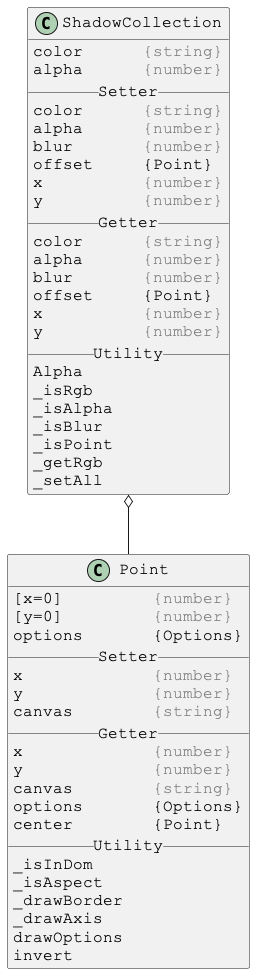
The PlantUML diagram docs/PlantUml/images/linked/ShadowCollection-linked.png in Justin-Byrne/canvasLab, before a commit. Its diagram source:
```plantuml
@startuml

skinparam DefaultFontSize 16
skinparam DefaultFontName Courier New

class ShadowCollection {
color      <color:gray>{string}</color>
alpha      <color:gray>{number}</color>
__ Setter __
color      <color:gray>{string}</color>
alpha      <color:gray>{number}</color>
blur       <color:gray>{number}</color>
offset     {Point}
x          <color:gray>{number}</color>
y          <color:gray>{number}</color>
__ Getter __
color      <color:gray>{string}</color>
alpha      <color:gray>{number}</color>
blur       <color:gray>{number}</color>
offset     {Point}
x          <color:gray>{number}</color>
y          <color:gray>{number}</color>
__ Utility __
Alpha
_isRgb
_isAlpha
_isBlur
_isPoint
_getRgb
_setAll
}

ShadowCollection o-- Point



skinparam DefaultFontSize 16
skinparam DefaultFontName Courier New

class Point {
[x=0]         <color:gray>{number}</color>
[y=0]         <color:gray>{number}</color>
options       {Options}
__ Setter __
x             <color:gray>{number}</color>
y             <color:gray>{number}</color>
canvas        <color:gray>{string}</color>
__ Getter __
x             <color:gray>{number}</color>
y             <color:gray>{number}</color>
canvas        <color:gray>{string}</color>
options       {Options}
center        {Point}
__ Utility __
_isInDom
_isAspect
_drawBorder
_drawAxis
drawOptions
invert
}

@enduml
```
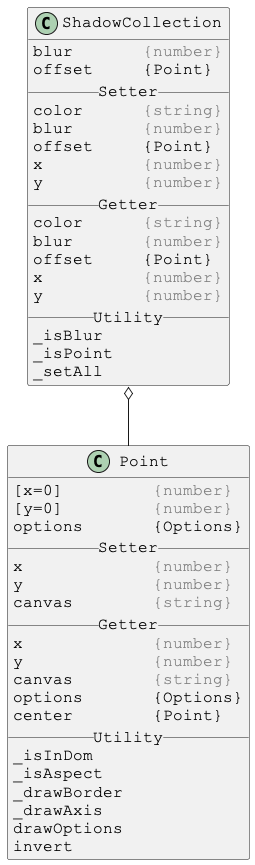
After the change.

What changed in the source:
```diff
@@ -4,29 +4,23 @@
 skinparam DefaultFontName Courier New
 
 class ShadowCollection {
-color      <color:gray>{string}</color>
-alpha      <color:gray>{number}</color>
+blur       <color:gray>{number}</color>
+offset     {Point}
 __ Setter __
 color      <color:gray>{string}</color>
-alpha      <color:gray>{number}</color>
 blur       <color:gray>{number}</color>
 offset     {Point}
 x          <color:gray>{number}</color>
 y          <color:gray>{number}</color>
 __ Getter __
 color      <color:gray>{string}</color>
-alpha      <color:gray>{number}</color>
 blur       <color:gray>{number}</color>
 offset     {Point}
 x          <color:gray>{number}</color>
 y          <color:gray>{number}</color>
 __ Utility __
-Alpha
-_isRgb
-_isAlpha
 _isBlur
 _isPoint
-_getRgb
 _setAll
 }
 
```
